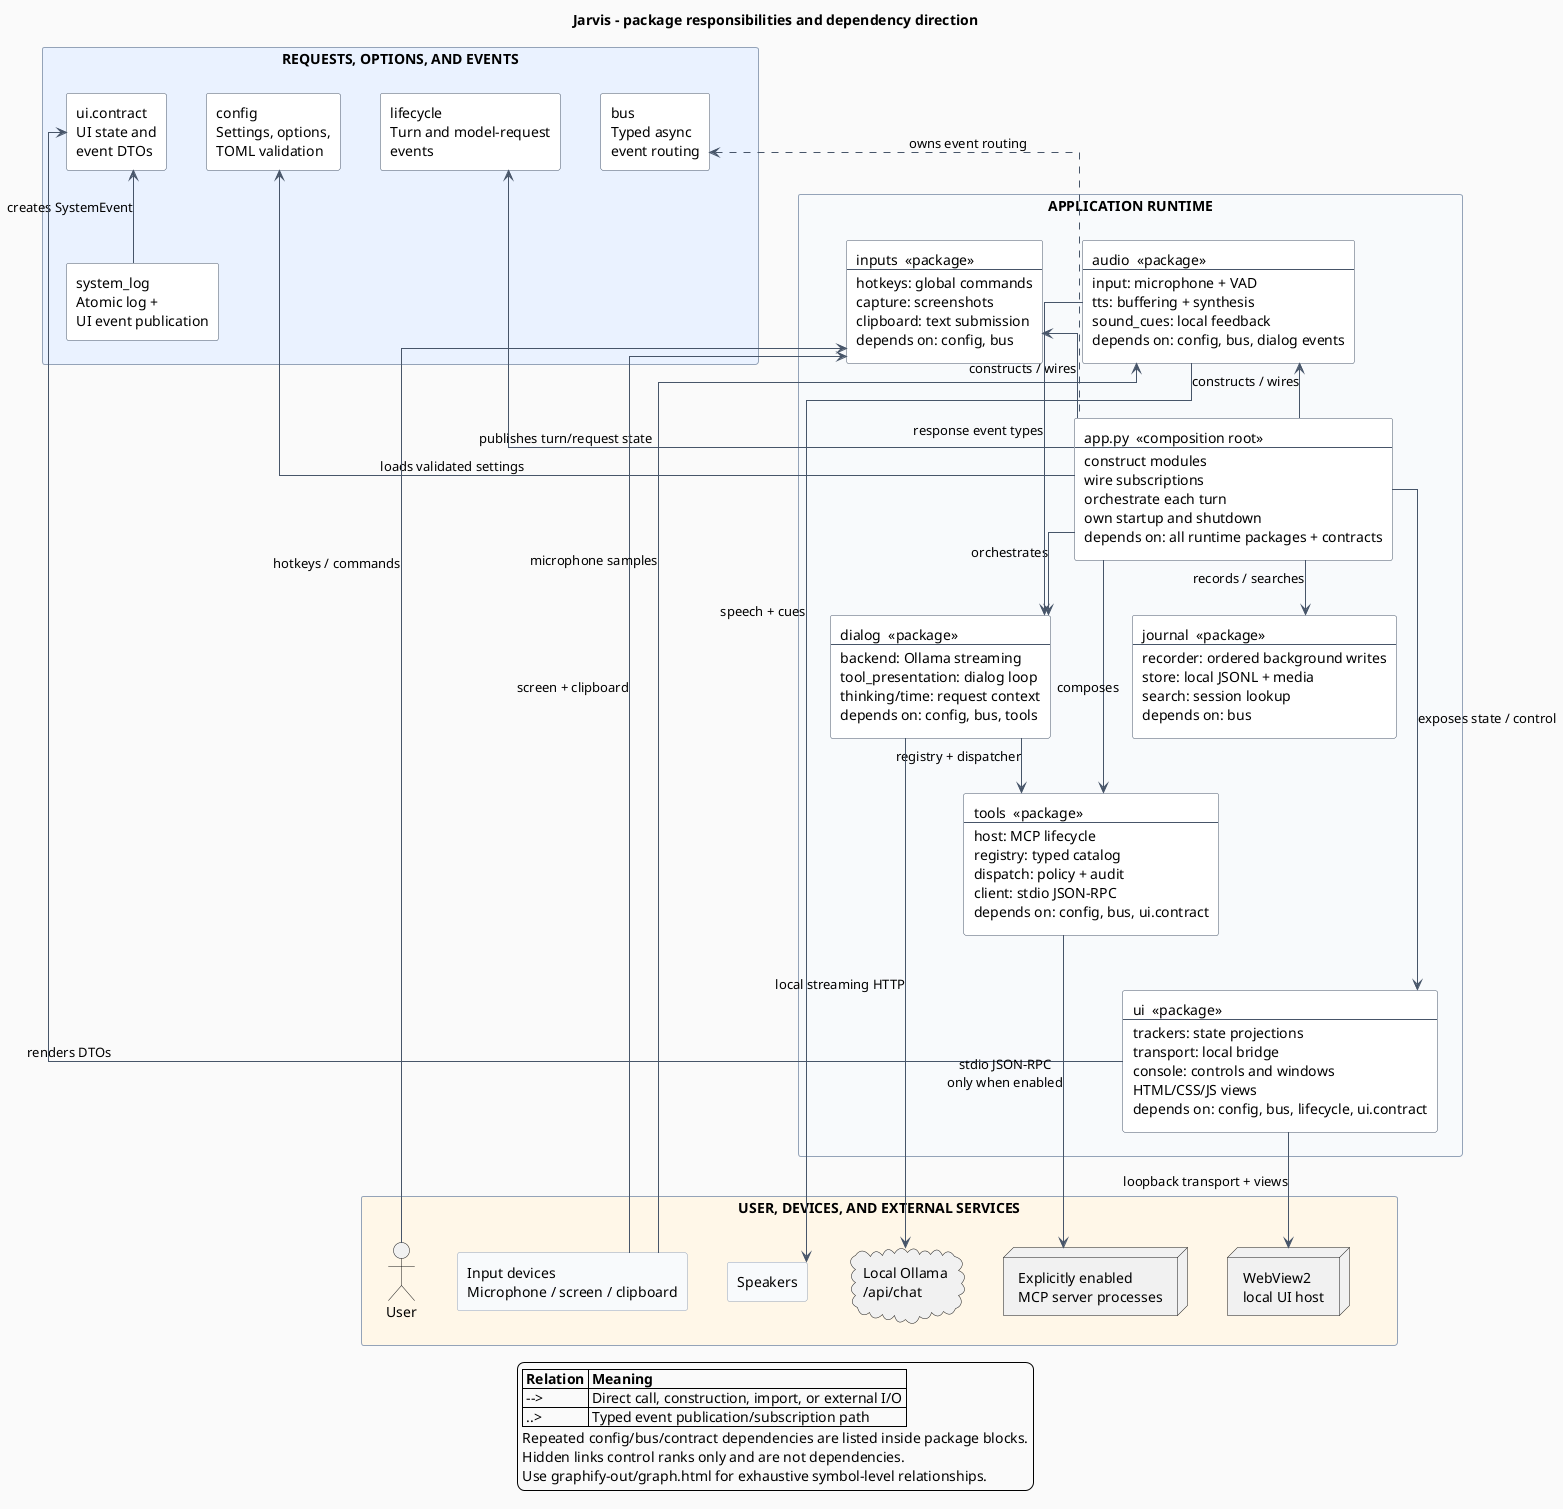
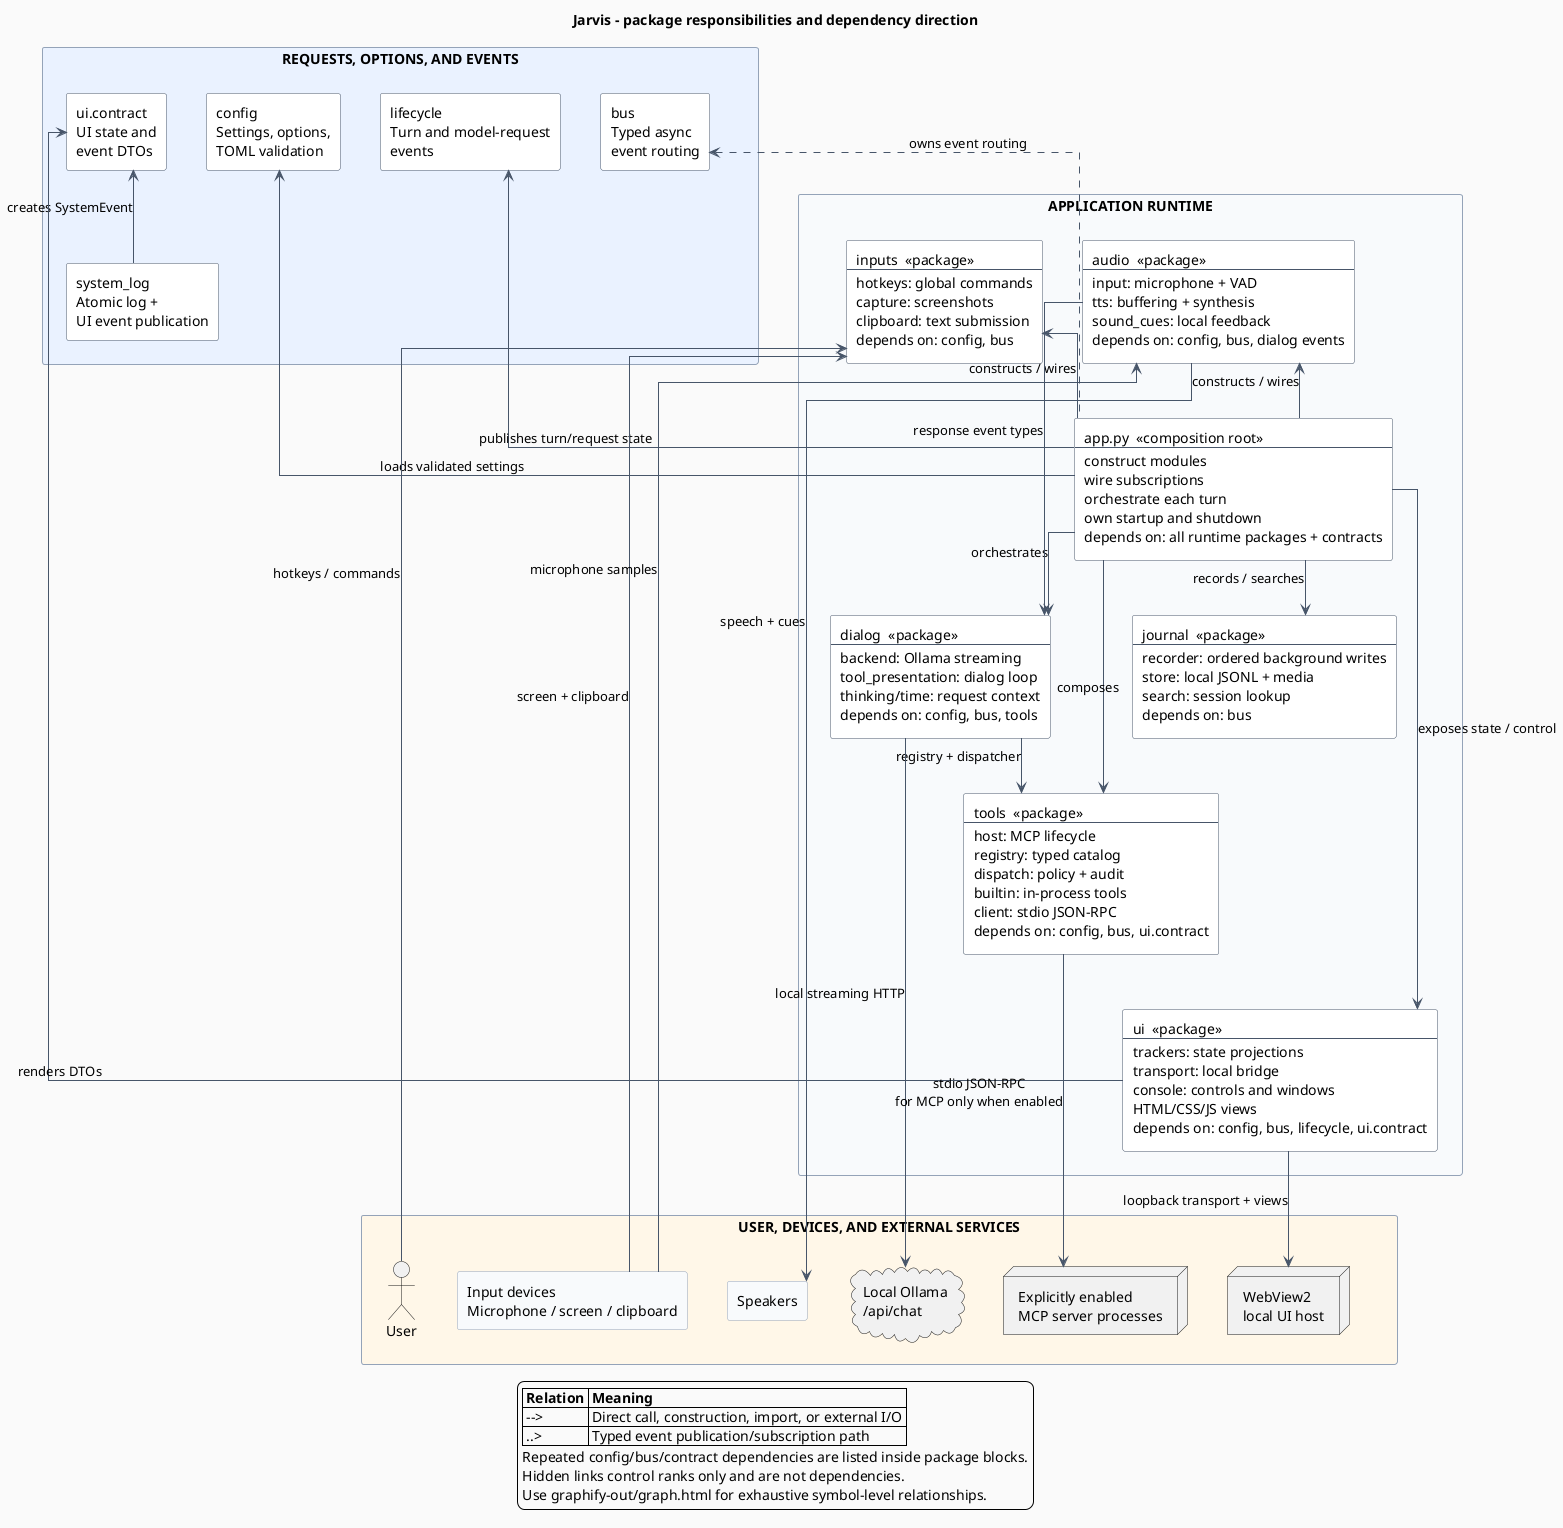
@startuml
title Jarvis - package responsibilities and dependency direction

top to bottom direction
skinparam backgroundColor #FAFAFA
skinparam componentStyle rectangle
skinparam packageStyle rectangle
skinparam shadowing false
skinparam defaultFontName Segoe UI
skinparam linetype ortho
skinparam nodesep 40
skinparam ranksep 55
skinparam ArrowColor #475569
skinparam componentBorderColor #475569
skinparam componentBackgroundColor #FFFFFF
skinparam rectangleBorderColor #94A3B8
skinparam rectangleBackgroundColor #F8FAFC

rectangle "REQUESTS, OPTIONS, AND EVENTS" as ContractsZone #EAF2FF {
  component "config\nSettings, options,\nTOML validation" as Config
  component "lifecycle\nTurn and model-request\nevents" as Lifecycle
  component "bus\nTyped async\nevent routing" as Bus
  component "ui.contract\nUI state and\nevent DTOs" as UiContract
  component "system_log\nAtomic log +\nUI event publication" as SystemLog

  Config -[hidden]right-> Lifecycle
  Lifecycle -[hidden]right-> Bus
  Bus -[hidden]right-> UiContract
  UiContract -[hidden]right-> SystemLog
}

rectangle "APPLICATION RUNTIME" as RuntimeZone #F8FAFC {
  component "inputs  <<package>>\n---\nhotkeys: global commands\ncapture: screenshots\nclipboard: text submission\ndepends on: config, bus" as Inputs

  component "audio  <<package>>\n---\ninput: microphone + VAD\ntts: buffering + synthesis\nsound_cues: local feedback\ndepends on: config, bus, dialog events" as Audio

  component "app.py  <<composition root>>\n---\nconstruct modules\nwire subscriptions\norchestrate each turn\nown startup and shutdown\ndepends on: all runtime packages + contracts" as App

  component "dialog  <<package>>\n---\nbackend: Ollama streaming\ntool_presentation: dialog loop\nthinking/time: request context\ndepends on: config, bus, tools" as Dialog

-   component "tools  <<package>>\n---\nhost: MCP lifecycle\nregistry: typed catalog\ndispatch: policy + audit\nclient: stdio JSON-RPC\ndepends on: config, bus, ui.contract" as Tools
+   component "tools  <<package>>\n---\nhost: MCP lifecycle\nregistry: typed catalog\ndispatch: policy + audit\nbuiltin: in-process tools\nclient: stdio JSON-RPC\ndepends on: config, bus, ui.contract" as Tools

  component "journal  <<package>>\n---\nrecorder: ordered background writes\nstore: local JSONL + media\nsearch: session lookup\ndepends on: bus" as Journal

  component "ui  <<package>>\n---\ntrackers: state projections\ntransport: local bridge\nconsole: controls and windows\nHTML/CSS/JS views\ndepends on: config, bus, lifecycle, ui.contract" as Ui

  Inputs -[hidden]right-> Audio
  Audio -[hidden]right-> App
  App -[hidden]right-> Dialog
  Dialog -[hidden]right-> Tools
  App -[hidden]down-> Journal
  Journal -[hidden]right-> Ui
  Tools -[hidden]down-> Ui
}

rectangle "USER, DEVICES, AND EXTERNAL SERVICES" as BoundariesZone #FFF7E8 {
  actor "User" as User
  rectangle "Input devices\nMicrophone / screen / clipboard" as InputDevices
  rectangle "Speakers" as Speakers
  cloud "Local Ollama\n/api/chat" as Ollama
  node "Explicitly enabled\nMCP server processes" as McpServers
  node "WebView2\nlocal UI host" as WebView

  User -[hidden]right-> InputDevices
  InputDevices -[hidden]right-> Speakers
  Speakers -[hidden]right-> Ollama
  Ollama -[hidden]right-> McpServers
  McpServers -[hidden]right-> WebView
}

ContractsZone -[hidden]down-> RuntimeZone
RuntimeZone -[hidden]down-> BoundariesZone

' Composition dependencies: app.py is deliberately the high-fan-out root.
App --> Inputs : constructs / wires
App --> Audio : constructs / wires
App --> Dialog : orchestrates
App --> Tools : composes
App --> Journal : records / searches
App --> Ui : exposes state / control

' High-signal connections to the contracts layer. Repeated package-level
' dependencies are listed inside each package instead of drawn in parallel.
App -up-> Config : loads validated settings
App -up-> Lifecycle : publishes turn/request state
App -[dashed]up-> Bus : owns event routing
Ui -up-> UiContract : renders DTOs
SystemLog -up-> UiContract : creates SystemEvent

' Cross-package implementation dependencies kept explicit.
Audio --> Dialog : response event types
Dialog --> Tools : registry + dispatcher

' External boundaries stay in one bottom rank.
User -up-> Inputs : hotkeys / commands
InputDevices -up-> Inputs : screen + clipboard
InputDevices -up-> Audio : microphone samples
Audio -down-> Speakers : speech + cues
Dialog -down-> Ollama : local streaming HTTP
- Tools -down-> McpServers : stdio JSON-RPC\nonly when enabled
+ Tools -down-> McpServers : stdio JSON-RPC\nfor MCP only when enabled
Ui -down-> WebView : loopback transport + views

legend bottom
  |= Relation |= Meaning |
  | --> | Direct call, construction, import, or external I/O |
  | ..> | Typed event publication/subscription path |
  Repeated config/bus/contract dependencies are listed inside package blocks.
  Hidden links control ranks only and are not dependencies.
  Use graphify-out/graph.html for exhaustive symbol-level relationships.
endlegend

@enduml
